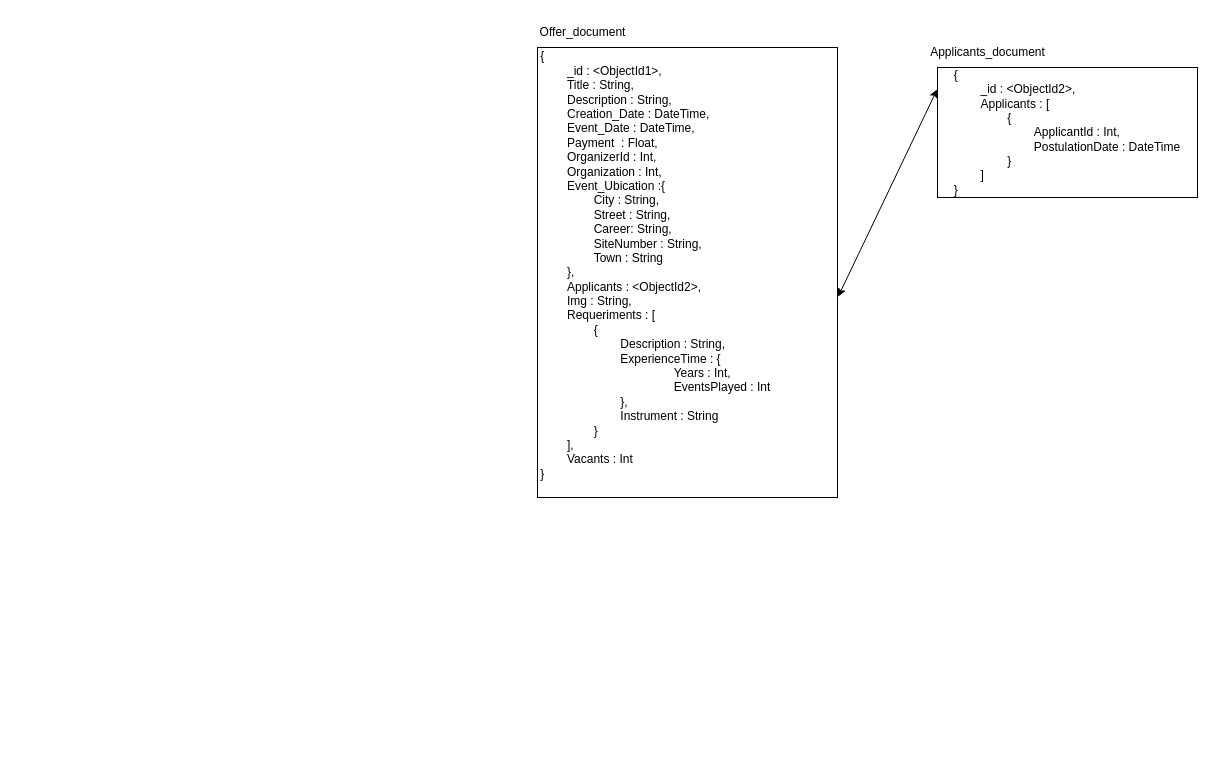
This is Base de datos/Offers.drawio from moises-ph/Nodens-documentacion, a draw.io file, before an edit. Source tidied: cells renumbered, new cells numbered last; positions are measured from the earlier drawing's top-left corner, leaving out a move shared by most shapes. Both pictures are drawn from the tidied source at 100%, with x=0, y=0 at pixel (527, 17).
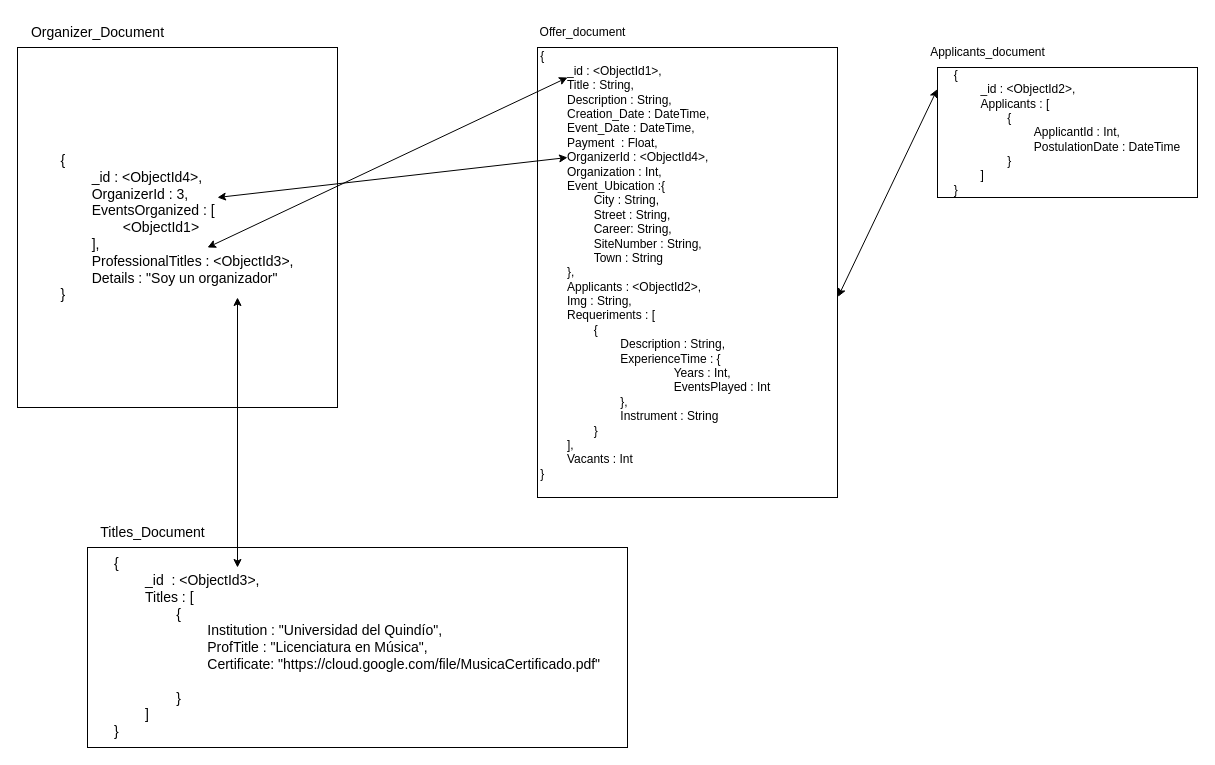
The same page after the edit.

The edit, as a diff of the source:
```diff
@@
-    <mxCell id="2" value="&lt;div style=&quot;text-align: justify;&quot;&gt;&lt;span style=&quot;background-color: initial;&quot;&gt;{&lt;/span&gt;&lt;/div&gt;&lt;span style=&quot;white-space: pre;&quot;&gt;&lt;div style=&quot;text-align: justify;&quot;&gt;&lt;span style=&quot;background-color: initial;&quot;&gt;&#9;&lt;/span&gt;&lt;span style=&quot;background-color: initial; white-space: normal;&quot;&gt;_id : &amp;lt;ObjectId1&amp;gt;,&lt;/span&gt;&lt;/div&gt;&lt;/span&gt;&lt;div style=&quot;text-align: justify;&quot;&gt;&lt;span style=&quot;background-color: initial;&quot;&gt;&lt;span style=&quot;white-space: pre;&quot;&gt;&#9;&lt;/span&gt;Title : String,&lt;/span&gt;&lt;/div&gt;&lt;div style=&quot;text-align: justify;&quot;&gt;&lt;span style=&quot;background-color: initial;&quot;&gt;&lt;span style=&quot;white-space: pre;&quot;&gt;&#9;&lt;/span&gt;Description : String,&lt;br&gt;&lt;/span&gt;&lt;/div&gt;&lt;div style=&quot;text-align: justify;&quot;&gt;&lt;span style=&quot;background-color: initial;&quot;&gt;&lt;span style=&quot;white-space: pre;&quot;&gt;&#9;&lt;/span&gt;Creation_Date : DateTime,&lt;br&gt;&lt;/span&gt;&lt;/div&gt;&lt;div style=&quot;text-align: justify;&quot;&gt;&lt;span style=&quot;background-color: initial;&quot;&gt;&lt;span style=&quot;white-space: pre;&quot;&gt;&#9;&lt;/span&gt;Event_Date : DateTime,&lt;/span&gt;&lt;/div&gt;&lt;div style=&quot;text-align: justify;&quot;&gt;&lt;span style=&quot;background-color: initial;&quot;&gt;&lt;span style=&quot;white-space: pre;&quot;&gt;&#9;&lt;/span&gt;Payment&amp;nbsp; : Float,&lt;br&gt;&lt;/span&gt;&lt;/div&gt;&lt;div style=&quot;text-align: justify;&quot;&gt;&lt;span style=&quot;background-color: initial;&quot;&gt;&lt;span style=&quot;white-space: pre;&quot;&gt;&#9;&lt;/span&gt;OrganizerId : Int,&lt;br&gt;&lt;/span&gt;&lt;/div&gt;&lt;div style=&quot;text-align: justify;&quot;&gt;&lt;span style=&quot;background-color: initial;&quot;&gt;&lt;span style=&quot;white-space: pre;&quot;&gt;&#9;&lt;/span&gt;Organization : Int,&lt;br&gt;&lt;/span&gt;&lt;/div&gt;&lt;div style=&quot;text-align: justify;&quot;&gt;&lt;span style=&quot;background-color: initial;&quot;&gt;&lt;span style=&quot;white-space: pre;&quot;&gt;&#9;&lt;/span&gt;Event_Ubication :{&lt;/span&gt;&lt;/div&gt;&lt;div style=&quot;text-align: justify;&quot;&gt;&lt;span style=&quot;background-color: initial;&quot;&gt;&lt;span style=&quot;white-space: pre;&quot;&gt;&#9;&lt;/span&gt;&lt;span style=&quot;white-space: pre;&quot;&gt;&#9;&lt;/span&gt;City : String,&lt;br&gt;&lt;/span&gt;&lt;/div&gt;&lt;div style=&quot;text-align: justify;&quot;&gt;&lt;span style=&quot;background-color: initial;&quot;&gt;&lt;span style=&quot;white-space: pre;&quot;&gt;&#9;&lt;/span&gt;&lt;span style=&quot;white-space: pre;&quot;&gt;&#9;&lt;/span&gt;Street : String,&lt;br&gt;&lt;/span&gt;&lt;/div&gt;&lt;div style=&quot;text-align: justify;&quot;&gt;&lt;span style=&quot;background-color: initial;&quot;&gt;&lt;span style=&quot;white-space: pre;&quot;&gt;&#9;&lt;/span&gt;&lt;span style=&quot;white-space: pre;&quot;&gt;&#9;&lt;/span&gt;Career: String,&lt;br&gt;&lt;/span&gt;&lt;/div&gt;&lt;div style=&quot;text-align: justify;&quot;&gt;&lt;span style=&quot;background-color: initial;&quot;&gt;&lt;span style=&quot;white-space: pre;&quot;&gt;&#9;&lt;/span&gt;&lt;span style=&quot;white-space: pre;&quot;&gt;&#9;&lt;/span&gt;SiteNumber : String,&lt;br&gt;&lt;/span&gt;&lt;/div&gt;&lt;div style=&quot;text-align: justify;&quot;&gt;&lt;span style=&quot;background-color: initial;&quot;&gt;&lt;span style=&quot;white-space: pre;&quot;&gt;&#9;&lt;/span&gt;&lt;span style=&quot;white-space: pre;&quot;&gt;&#9;&lt;/span&gt;Town : String&lt;br&gt;&lt;/span&gt;&lt;/div&gt;&lt;div style=&quot;text-align: justify;&quot;&gt;&lt;span style=&quot;background-color: initial;&quot;&gt;&lt;span style=&quot;white-space: pre;&quot;&gt;&#9;&lt;/span&gt;},&lt;br&gt;&lt;/span&gt;&lt;/div&gt;&lt;div style=&quot;text-align: justify;&quot;&gt;&lt;span style=&quot;background-color: initial;&quot;&gt;&lt;span style=&quot;white-space: pre;&quot;&gt;&#9;&lt;/span&gt;Applicants : &amp;lt;ObjectId2&amp;gt;,&lt;/span&gt;&lt;/div&gt;&lt;div style=&quot;text-align: justify;&quot;&gt;&lt;span style=&quot;background-color: initial;&quot;&gt;&lt;span style=&quot;white-space: pre;&quot;&gt;&#9;&lt;/span&gt;Img : String,&lt;br&gt;&lt;/span&gt;&lt;/div&gt;&lt;div style=&quot;text-align: justify;&quot;&gt;&lt;span style=&quot;background-color: initial;&quot;&gt;&lt;span style=&quot;white-space: pre;&quot;&gt;&#9;&lt;/span&gt;Requeriments : [&lt;br&gt;&lt;/span&gt;&lt;/div&gt;&lt;div style=&quot;text-align: justify;&quot;&gt;&lt;span style=&quot;background-color: initial;&quot;&gt;&lt;span style=&quot;white-space: pre;&quot;&gt;&#9;&lt;/span&gt;&lt;span style=&quot;white-space: pre;&quot;&gt;&#9;&lt;/span&gt;{&amp;nbsp;&lt;br&gt;&lt;/span&gt;&lt;/div&gt;&lt;div style=&quot;text-align: justify;&quot;&gt;&lt;span style=&quot;background-color: initial;&quot;&gt;&lt;span style=&quot;white-space: pre;&quot;&gt;&#9;&lt;/span&gt;&lt;span style=&quot;white-space: pre;&quot;&gt;&#9;&lt;/span&gt;&lt;span style=&quot;white-space: pre;&quot;&gt;&#9;&lt;/span&gt;Description : String,&lt;br&gt;&lt;/span&gt;&lt;/div&gt;&lt;div style=&quot;text-align: justify;&quot;&gt;&lt;span style=&quot;background-color: initial;&quot;&gt;&lt;span style=&quot;white-space: pre;&quot;&gt;&#9;&lt;/span&gt;&lt;span style=&quot;white-space: pre;&quot;&gt;&#9;&lt;/span&gt;&lt;span style=&quot;white-space: pre;&quot;&gt;&#9;&lt;/span&gt;ExperienceTime : {&lt;/span&gt;&lt;/div&gt;&lt;div style=&quot;text-align: justify;&quot;&gt;&lt;span style=&quot;background-color: initial;&quot;&gt;&lt;span style=&quot;white-space: pre;&quot;&gt;&lt;span style=&quot;white-space: pre;&quot;&gt;&#9;&lt;/span&gt;&lt;span style=&quot;white-space: pre;&quot;&gt;&#9;&lt;/span&gt;&lt;span style=&quot;white-space: pre;&quot;&gt;&#9;&lt;/span&gt;&lt;span style=&quot;white-space: pre;&quot;&gt;&#9;&lt;/span&gt;&lt;span style=&quot;white-space: pre;&quot;&gt;&#9;&lt;/span&gt;Years : Int,&lt;/span&gt;&lt;/span&gt;&lt;/div&gt;&lt;div style=&quot;text-align: justify;&quot;&gt;&lt;span style=&quot;background-color: initial;&quot;&gt;&lt;span style=&quot;white-space: pre;&quot;&gt;&lt;span style=&quot;white-space: pre;&quot;&gt;&#9;&lt;/span&gt;&lt;span style=&quot;white-space: pre;&quot;&gt;&#9;&lt;/span&gt;&lt;span style=&quot;white-space: pre;&quot;&gt;&#9;&lt;/span&gt;&lt;span style=&quot;white-space: pre;&quot;&gt;&#9;&lt;/span&gt;&lt;span style=&quot;white-space: pre;&quot;&gt;&#9;&lt;/span&gt;EventsPlayed : Int&#9;&lt;/span&gt;&lt;span style=&quot;white-space: pre;&quot;&gt;&#9;&lt;/span&gt;&lt;span style=&quot;white-space: pre;&quot;&gt;&#9;&lt;/span&gt;&lt;br&gt;&lt;/span&gt;&lt;/div&gt;&lt;div style=&quot;text-align: justify;&quot;&gt;&lt;/div&gt;&lt;div style=&quot;text-align: justify;&quot;&gt;&lt;span style=&quot;background-color: initial;&quot;&gt;&lt;span style=&quot;white-space: pre;&quot;&gt;&lt;span style=&quot;white-space: pre;&quot;&gt;&#9;&lt;/span&gt;&#9;&lt;/span&gt;&lt;span style=&quot;white-space: pre;&quot;&gt;&#9;&lt;/span&gt;},&lt;br&gt;&lt;/span&gt;&lt;/div&gt;&lt;div style=&quot;text-align: justify;&quot;&gt;&lt;span style=&quot;background-color: initial;&quot;&gt;&lt;span style=&quot;white-space: pre;&quot;&gt;&#9;&lt;/span&gt;&lt;span style=&quot;white-space: pre;&quot;&gt;&#9;&lt;/span&gt;&lt;span style=&quot;white-space: pre;&quot;&gt;&#9;&lt;/span&gt;Instrument : String&lt;br&gt;&lt;/span&gt;&lt;/div&gt;&lt;div style=&quot;text-align: justify;&quot;&gt;&lt;span style=&quot;background-color: initial;&quot;&gt;&lt;span style=&quot;white-space: pre;&quot;&gt;&#9;&lt;/span&gt;&lt;span style=&quot;white-space: pre;&quot;&gt;&#9;&lt;/span&gt;}&lt;/span&gt;&lt;/div&gt;&lt;div style=&quot;text-align: justify;&quot;&gt;&lt;span style=&quot;background-color: initial;&quot;&gt;&lt;span style=&quot;white-space: pre;&quot;&gt;&#9;&lt;/span&gt;],&lt;br&gt;&lt;/span&gt;&lt;/div&gt;&lt;div style=&quot;text-align: justify;&quot;&gt;&lt;span style=&quot;background-color: initial;&quot;&gt;&lt;span style=&quot;white-space: pre;&quot;&gt;&#9;&lt;/span&gt;Vacants : Int&lt;br&gt;&lt;/span&gt;&lt;/div&gt;&lt;div style=&quot;text-align: justify;&quot;&gt;&lt;span style=&quot;background-color: initial;&quot;&gt;}&lt;/span&gt;&lt;/div&gt;&lt;div style=&quot;text-align: justify;&quot;&gt;&lt;span style=&quot;background-color: initial;&quot;&gt;&lt;span style=&quot;white-space: pre;&quot;&gt;&#9;&lt;/span&gt;&lt;br&gt;&lt;/span&gt;&lt;/div&gt;" style="rounded=0;whiteSpace=wrap;html=1;" parent="1" vertex="1">
+    <mxCell id="2" value="&lt;div style=&quot;text-align: justify;&quot;&gt;&lt;span style=&quot;background-color: initial;&quot;&gt;{&lt;/span&gt;&lt;/div&gt;&lt;span style=&quot;white-space: pre;&quot;&gt;&lt;div style=&quot;text-align: justify;&quot;&gt;&lt;span style=&quot;background-color: initial;&quot;&gt;&#9;&lt;/span&gt;&lt;span style=&quot;background-color: initial; white-space: normal;&quot;&gt;_id : &amp;lt;ObjectId1&amp;gt;,&lt;/span&gt;&lt;/div&gt;&lt;/span&gt;&lt;div style=&quot;text-align: justify;&quot;&gt;&lt;span style=&quot;background-color: initial;&quot;&gt;&lt;span style=&quot;white-space: pre;&quot;&gt;&#9;&lt;/span&gt;Title : String,&lt;/span&gt;&lt;/div&gt;&lt;div style=&quot;text-align: justify;&quot;&gt;&lt;span style=&quot;background-color: initial;&quot;&gt;&lt;span style=&quot;white-space: pre;&quot;&gt;&#9;&lt;/span&gt;Description : String,&lt;br&gt;&lt;/span&gt;&lt;/div&gt;&lt;div style=&quot;text-align: justify;&quot;&gt;&lt;span style=&quot;background-color: initial;&quot;&gt;&lt;span style=&quot;white-space: pre;&quot;&gt;&#9;&lt;/span&gt;Creation_Date : DateTime,&lt;br&gt;&lt;/span&gt;&lt;/div&gt;&lt;div style=&quot;text-align: justify;&quot;&gt;&lt;span style=&quot;background-color: initial;&quot;&gt;&lt;span style=&quot;white-space: pre;&quot;&gt;&#9;&lt;/span&gt;Event_Date : DateTime,&lt;/span&gt;&lt;/div&gt;&lt;div style=&quot;text-align: justify;&quot;&gt;&lt;span style=&quot;background-color: initial;&quot;&gt;&lt;span style=&quot;white-space: pre;&quot;&gt;&#9;&lt;/span&gt;Payment&amp;nbsp; : Float,&lt;br&gt;&lt;/span&gt;&lt;/div&gt;&lt;div style=&quot;text-align: justify;&quot;&gt;&lt;span style=&quot;background-color: initial;&quot;&gt;&lt;span style=&quot;white-space: pre;&quot;&gt;&#9;&lt;/span&gt;OrganizerId : &amp;lt;ObjectId4&amp;gt;,&lt;br&gt;&lt;/span&gt;&lt;/div&gt;&lt;div style=&quot;text-align: justify;&quot;&gt;&lt;span style=&quot;background-color: initial;&quot;&gt;&lt;span style=&quot;white-space: pre;&quot;&gt;&#9;&lt;/span&gt;Organization : Int,&lt;br&gt;&lt;/span&gt;&lt;/div&gt;&lt;div style=&quot;text-align: justify;&quot;&gt;&lt;span style=&quot;background-color: initial;&quot;&gt;&lt;span style=&quot;white-space: pre;&quot;&gt;&#9;&lt;/span&gt;Event_Ubication :{&lt;/span&gt;&lt;/div&gt;&lt;div style=&quot;text-align: justify;&quot;&gt;&lt;span style=&quot;background-color: initial;&quot;&gt;&lt;span style=&quot;white-space: pre;&quot;&gt;&#9;&lt;/span&gt;&lt;span style=&quot;white-space: pre;&quot;&gt;&#9;&lt;/span&gt;City : String,&lt;br&gt;&lt;/span&gt;&lt;/div&gt;&lt;div style=&quot;text-align: justify;&quot;&gt;&lt;span style=&quot;background-color: initial;&quot;&gt;&lt;span style=&quot;white-space: pre;&quot;&gt;&#9;&lt;/span&gt;&lt;span style=&quot;white-space: pre;&quot;&gt;&#9;&lt;/span&gt;Street : String,&lt;br&gt;&lt;/span&gt;&lt;/div&gt;&lt;div style=&quot;text-align: justify;&quot;&gt;&lt;span style=&quot;background-color: initial;&quot;&gt;&lt;span style=&quot;white-space: pre;&quot;&gt;&#9;&lt;/span&gt;&lt;span style=&quot;white-space: pre;&quot;&gt;&#9;&lt;/span&gt;Career: String,&lt;br&gt;&lt;/span&gt;&lt;/div&gt;&lt;div style=&quot;text-align: justify;&quot;&gt;&lt;span style=&quot;background-color: initial;&quot;&gt;&lt;span style=&quot;white-space: pre;&quot;&gt;&#9;&lt;/span&gt;&lt;span style=&quot;white-space: pre;&quot;&gt;&#9;&lt;/span&gt;SiteNumber : String,&lt;br&gt;&lt;/span&gt;&lt;/div&gt;&lt;div style=&quot;text-align: justify;&quot;&gt;&lt;span style=&quot;background-color: initial;&quot;&gt;&lt;span style=&quot;white-space: pre;&quot;&gt;&#9;&lt;/span&gt;&lt;span style=&quot;white-space: pre;&quot;&gt;&#9;&lt;/span&gt;Town : String&lt;br&gt;&lt;/span&gt;&lt;/div&gt;&lt;div style=&quot;text-align: justify;&quot;&gt;&lt;span style=&quot;background-color: initial;&quot;&gt;&lt;span style=&quot;white-space: pre;&quot;&gt;&#9;&lt;/span&gt;},&lt;br&gt;&lt;/span&gt;&lt;/div&gt;&lt;div style=&quot;text-align: justify;&quot;&gt;&lt;span style=&quot;background-color: initial;&quot;&gt;&lt;span style=&quot;white-space: pre;&quot;&gt;&#9;&lt;/span&gt;Applicants : &amp;lt;ObjectId2&amp;gt;,&lt;/span&gt;&lt;/div&gt;&lt;div style=&quot;text-align: justify;&quot;&gt;&lt;span style=&quot;background-color: initial;&quot;&gt;&lt;span style=&quot;white-space: pre;&quot;&gt;&#9;&lt;/span&gt;Img : String,&lt;br&gt;&lt;/span&gt;&lt;/div&gt;&lt;div style=&quot;text-align: justify;&quot;&gt;&lt;span style=&quot;background-color: initial;&quot;&gt;&lt;span style=&quot;white-space: pre;&quot;&gt;&#9;&lt;/span&gt;Requeriments : [&lt;br&gt;&lt;/span&gt;&lt;/div&gt;&lt;div style=&quot;text-align: justify;&quot;&gt;&lt;span style=&quot;background-color: initial;&quot;&gt;&lt;span style=&quot;white-space: pre;&quot;&gt;&#9;&lt;/span&gt;&lt;span style=&quot;white-space: pre;&quot;&gt;&#9;&lt;/span&gt;{&amp;nbsp;&lt;br&gt;&lt;/span&gt;&lt;/div&gt;&lt;div style=&quot;text-align: justify;&quot;&gt;&lt;span style=&quot;background-color: initial;&quot;&gt;&lt;span style=&quot;white-space: pre;&quot;&gt;&#9;&lt;/span&gt;&lt;span style=&quot;white-space: pre;&quot;&gt;&#9;&lt;/span&gt;&lt;span style=&quot;white-space: pre;&quot;&gt;&#9;&lt;/span&gt;Description : String,&lt;br&gt;&lt;/span&gt;&lt;/div&gt;&lt;div style=&quot;text-align: justify;&quot;&gt;&lt;span style=&quot;background-color: initial;&quot;&gt;&lt;span style=&quot;white-space: pre;&quot;&gt;&#9;&lt;/span&gt;&lt;span style=&quot;white-space: pre;&quot;&gt;&#9;&lt;/span&gt;&lt;span style=&quot;white-space: pre;&quot;&gt;&#9;&lt;/span&gt;ExperienceTime : {&lt;/span&gt;&lt;/div&gt;&lt;div style=&quot;text-align: justify;&quot;&gt;&lt;span style=&quot;background-color: initial;&quot;&gt;&lt;span style=&quot;white-space: pre;&quot;&gt;&lt;span style=&quot;white-space: pre;&quot;&gt;&#9;&lt;/span&gt;&lt;span style=&quot;white-space: pre;&quot;&gt;&#9;&lt;/span&gt;&lt;span style=&quot;white-space: pre;&quot;&gt;&#9;&lt;/span&gt;&lt;span style=&quot;white-space: pre;&quot;&gt;&#9;&lt;/span&gt;&lt;span style=&quot;white-space: pre;&quot;&gt;&#9;&lt;/span&gt;Years : Int,&lt;/span&gt;&lt;/span&gt;&lt;/div&gt;&lt;div style=&quot;text-align: justify;&quot;&gt;&lt;span style=&quot;background-color: initial;&quot;&gt;&lt;span style=&quot;white-space: pre;&quot;&gt;&lt;span style=&quot;white-space: pre;&quot;&gt;&#9;&lt;/span&gt;&lt;span style=&quot;white-space: pre;&quot;&gt;&#9;&lt;/span&gt;&lt;span style=&quot;white-space: pre;&quot;&gt;&#9;&lt;/span&gt;&lt;span style=&quot;white-space: pre;&quot;&gt;&#9;&lt;/span&gt;&lt;span style=&quot;white-space: pre;&quot;&gt;&#9;&lt;/span&gt;EventsPlayed : Int&#9;&lt;/span&gt;&lt;span style=&quot;white-space: pre;&quot;&gt;&#9;&lt;/span&gt;&lt;span style=&quot;white-space: pre;&quot;&gt;&#9;&lt;/span&gt;&lt;br&gt;&lt;/span&gt;&lt;/div&gt;&lt;div style=&quot;text-align: justify;&quot;&gt;&lt;/div&gt;&lt;div style=&quot;text-align: justify;&quot;&gt;&lt;span style=&quot;background-color: initial;&quot;&gt;&lt;span style=&quot;white-space: pre;&quot;&gt;&lt;span style=&quot;white-space: pre;&quot;&gt;&#9;&lt;/span&gt;&#9;&lt;/span&gt;&lt;span style=&quot;white-space: pre;&quot;&gt;&#9;&lt;/span&gt;},&lt;br&gt;&lt;/span&gt;&lt;/div&gt;&lt;div style=&quot;text-align: justify;&quot;&gt;&lt;span style=&quot;background-color: initial;&quot;&gt;&lt;span style=&quot;white-space: pre;&quot;&gt;&#9;&lt;/span&gt;&lt;span style=&quot;white-space: pre;&quot;&gt;&#9;&lt;/span&gt;&lt;span style=&quot;white-space: pre;&quot;&gt;&#9;&lt;/span&gt;Instrument : String&lt;br&gt;&lt;/span&gt;&lt;/div&gt;&lt;div style=&quot;text-align: justify;&quot;&gt;&lt;span style=&quot;background-color: initial;&quot;&gt;&lt;span style=&quot;white-space: pre;&quot;&gt;&#9;&lt;/span&gt;&lt;span style=&quot;white-space: pre;&quot;&gt;&#9;&lt;/span&gt;}&lt;/span&gt;&lt;/div&gt;&lt;div style=&quot;text-align: justify;&quot;&gt;&lt;span style=&quot;background-color: initial;&quot;&gt;&lt;span style=&quot;white-space: pre;&quot;&gt;&#9;&lt;/span&gt;],&lt;br&gt;&lt;/span&gt;&lt;/div&gt;&lt;div style=&quot;text-align: justify;&quot;&gt;&lt;span style=&quot;background-color: initial;&quot;&gt;&lt;span style=&quot;white-space: pre;&quot;&gt;&#9;&lt;/span&gt;Vacants : Int&lt;br&gt;&lt;/span&gt;&lt;/div&gt;&lt;div style=&quot;text-align: justify;&quot;&gt;&lt;span style=&quot;background-color: initial;&quot;&gt;}&lt;/span&gt;&lt;/div&gt;&lt;div style=&quot;text-align: justify;&quot;&gt;&lt;span style=&quot;background-color: initial;&quot;&gt;&lt;span style=&quot;white-space: pre;&quot;&gt;&#9;&lt;/span&gt;&lt;br&gt;&lt;/span&gt;&lt;/div&gt;" style="rounded=0;whiteSpace=wrap;html=1;" parent="1" vertex="1">
       <mxGeometry x="10" y="30" width="300" height="450" as="geometry" />
     </mxCell>
@@
+    <mxCell id="7" value="&lt;div style=&quot;text-align: justify; font-size: 14px;&quot;&gt;&lt;span style=&quot;background-color: initial;&quot;&gt;&lt;font style=&quot;font-size: 14px;&quot;&gt;{&lt;/font&gt;&lt;/span&gt;&lt;/div&gt;&lt;div style=&quot;white-space: pre; text-align: justify; font-size: 14px;&quot;&gt;&lt;font style=&quot;font-size: 14px;&quot;&gt;&lt;span style=&quot;background-color: initial;&quot;&gt;&#9;&lt;/span&gt;&lt;span style=&quot;background-color: initial; white-space: normal;&quot;&gt;_id : &amp;lt;ObjectId4&amp;gt;,&lt;/span&gt;&lt;/font&gt;&lt;/div&gt;&lt;div style=&quot;white-space: pre; text-align: justify; font-size: 14px;&quot;&gt;&lt;span style=&quot;background-color: initial; white-space: normal;&quot;&gt;&lt;font style=&quot;font-size: 14px;&quot;&gt;&lt;span style=&quot;white-space: pre;&quot;&gt;&#9;&lt;/span&gt;OrganizerId : 3,&lt;/font&gt;&lt;/span&gt;&lt;/div&gt;&lt;div style=&quot;white-space: pre; text-align: justify; font-size: 14px;&quot;&gt;&lt;span style=&quot;background-color: initial; white-space: normal;&quot;&gt;&lt;font style=&quot;font-size: 14px;&quot;&gt;&lt;span style=&quot;white-space: pre;&quot;&gt;&#9;&lt;/span&gt;EventsOrganized : [&lt;/font&gt;&lt;/span&gt;&lt;/div&gt;&lt;div style=&quot;white-space: pre; text-align: justify; font-size: 14px;&quot;&gt;&lt;span style=&quot;background-color: initial; white-space: normal;&quot;&gt;&lt;font style=&quot;font-size: 14px;&quot;&gt;&lt;span style=&quot;white-space: pre;&quot;&gt;&#9;&lt;span style=&quot;white-space: pre;&quot;&gt;&#9;&lt;/span&gt;&amp;lt;&lt;/span&gt;ObjectId1&amp;gt;&lt;br&gt;&lt;/font&gt;&lt;/span&gt;&lt;/div&gt;&lt;div style=&quot;white-space: pre; text-align: justify; font-size: 14px;&quot;&gt;&lt;span style=&quot;background-color: initial; white-space: normal;&quot;&gt;&lt;font style=&quot;font-size: 14px;&quot;&gt;&lt;span style=&quot;white-space: pre;&quot;&gt;&#9;&lt;/span&gt;],&lt;/font&gt;&lt;/span&gt;&lt;/div&gt;&lt;div style=&quot;text-align: justify; font-size: 14px;&quot;&gt;&lt;span style=&quot;background-color: initial;&quot;&gt;&lt;font style=&quot;font-size: 14px;&quot;&gt;&lt;span style=&quot;white-space: pre;&quot;&gt;&#9;&lt;/span&gt;ProfessionalTitles : &amp;lt;ObjectId3&amp;gt;,&lt;br&gt;&lt;/font&gt;&lt;/span&gt;&lt;/div&gt;&lt;div style=&quot;text-align: justify; font-size: 14px;&quot;&gt;&lt;span style=&quot;background-color: initial;&quot;&gt;&lt;font style=&quot;font-size: 14px;&quot;&gt;&lt;span style=&quot;white-space: pre;&quot;&gt;&#9;&lt;/span&gt;Details : &quot;Soy un organizador&quot;&lt;br&gt;&lt;/font&gt;&lt;/span&gt;&lt;/div&gt;&lt;div style=&quot;text-align: justify; font-size: 14px;&quot;&gt;&lt;span style=&quot;background-color: initial;&quot;&gt;&lt;font style=&quot;font-size: 14px;&quot;&gt;}&lt;/font&gt;&lt;/span&gt;&lt;/div&gt;&lt;div style=&quot;text-align: justify;&quot;&gt;&lt;/div&gt;" style="rounded=0;whiteSpace=wrap;html=1;" parent="1" vertex="1">
+      <mxGeometry x="-510" y="30" width="320" height="360" as="geometry" />
+    </mxCell>
+    <mxCell id="8" value="Organizer_Document" style="text;html=1;align=center;verticalAlign=middle;strokeColor=none;fillColor=none;fontSize=14;fontColor=#000000;" parent="1" vertex="1">
+      <mxGeometry x="-510" width="160" height="30" as="geometry" />
+    </mxCell>
+    <mxCell id="9" value="&lt;div style=&quot;text-align: justify;&quot;&gt;{&lt;/div&gt;&lt;div style=&quot;white-space: pre; text-align: justify;&quot;&gt;&#9;&lt;span style=&quot;white-space: normal;&quot;&gt;_id&amp;nbsp; : &amp;lt;ObjectId3&amp;gt;,&lt;/span&gt;&lt;/div&gt;&lt;div style=&quot;white-space: pre; text-align: justify;&quot;&gt;&lt;span style=&quot;white-space: normal;&quot;&gt;&lt;span style=&quot;white-space: pre;&quot;&gt;&#9;&lt;/span&gt;Titles : [&lt;br&gt;&lt;/span&gt;&lt;/div&gt;&lt;div style=&quot;white-space: pre; text-align: justify;&quot;&gt;&lt;span style=&quot;white-space: normal;&quot;&gt;&lt;span style=&quot;white-space: pre;&quot;&gt;&#9;&lt;/span&gt;&lt;span style=&quot;white-space: pre;&quot;&gt;&#9;&lt;/span&gt;{&lt;br&gt;&lt;/span&gt;&lt;/div&gt;&lt;div style=&quot;white-space: pre; text-align: justify;&quot;&gt;&lt;span style=&quot;white-space: normal;&quot;&gt;&lt;span style=&quot;white-space: pre;&quot;&gt;&#9;&lt;/span&gt;&lt;span style=&quot;white-space: pre;&quot;&gt;&#9;&lt;/span&gt;&lt;span style=&quot;white-space: pre;&quot;&gt;&#9;&lt;/span&gt;Institution : &quot;Universidad del Quindío&quot;,&lt;br&gt;&lt;/span&gt;&lt;/div&gt;&lt;div style=&quot;white-space: pre; text-align: justify;&quot;&gt;&lt;span style=&quot;white-space: normal;&quot;&gt;&lt;span style=&quot;white-space: pre;&quot;&gt;&#9;&lt;/span&gt;&lt;span style=&quot;white-space: pre;&quot;&gt;&#9;&lt;/span&gt;&lt;span style=&quot;white-space: pre;&quot;&gt;&#9;&lt;/span&gt;ProfTitle : &quot;Licenciatura en Música&quot;,&lt;/span&gt;&lt;/div&gt;&lt;div style=&quot;white-space: pre; text-align: justify;&quot;&gt;&lt;span style=&quot;white-space: normal;&quot;&gt;&lt;span style=&quot;white-space: pre;&quot;&gt;&#9;&lt;/span&gt;&lt;span style=&quot;white-space: pre;&quot;&gt;&#9;&lt;/span&gt;&lt;span style=&quot;white-space: pre;&quot;&gt;&#9;&lt;/span&gt;Certificate: &quot;https://cloud.google.com/file/MusicaCertificado.pdf&quot;&lt;/span&gt;&lt;/div&gt;&lt;div style=&quot;text-align: justify;&quot;&gt;&lt;br&gt;&lt;/div&gt;&lt;div style=&quot;text-align: justify;&quot;&gt;&lt;span style=&quot;white-space: pre;&quot;&gt;&lt;span style=&quot;white-space: pre;&quot;&gt;&#9;&lt;/span&gt;&#9;&lt;/span&gt;}&lt;br&gt;&lt;/div&gt;&lt;div style=&quot;text-align: justify;&quot;&gt;&lt;span style=&quot;white-space: pre;&quot;&gt;&#9;&lt;/span&gt;]&lt;br&gt;&lt;/div&gt;&lt;div style=&quot;text-align: justify;&quot;&gt;}&lt;/div&gt;" style="rounded=0;whiteSpace=wrap;html=1;labelBackgroundColor=#FFFFFF;fontSize=14;fontColor=#000000;" parent="1" vertex="1">
+      <mxGeometry x="-440" y="530" width="540" height="200" as="geometry" />
+    </mxCell>
+    <mxCell id="10" value="Titles_Document" style="text;html=1;align=center;verticalAlign=middle;strokeColor=none;fillColor=none;fontSize=14;fontColor=#000000;" parent="1" vertex="1">
+      <mxGeometry x="-440" y="500" width="130" height="30" as="geometry" />
+    </mxCell>
+    <mxCell id="11" style="endArrow=classic;startArrow=classic;html=1;rounded=0;" parent="1" edge="1">
+      <mxGeometry relative="1" as="geometry">
+        <mxPoint x="-310" y="180" as="sourcePoint" />
+        <mxPoint x="40" y="140" as="targetPoint" />
+      </mxGeometry>
+    </mxCell>
+    <mxCell id="12" style="endArrow=classic;startArrow=classic;html=1;rounded=0;" parent="1" edge="1">
+      <mxGeometry relative="1" as="geometry">
+        <mxPoint x="-290" y="280" as="sourcePoint" />
+        <mxPoint x="-290" y="550" as="targetPoint" />
+      </mxGeometry>
+    </mxCell>
+    <mxCell id="13" style="endArrow=classic;startArrow=classic;html=1;rounded=0;" parent="1" edge="1">
+      <mxGeometry relative="1" as="geometry">
+        <mxPoint x="-320" y="230" as="sourcePoint" />
+        <mxPoint x="40" y="60" as="targetPoint" />
+      </mxGeometry>
+    </mxCell>
```
